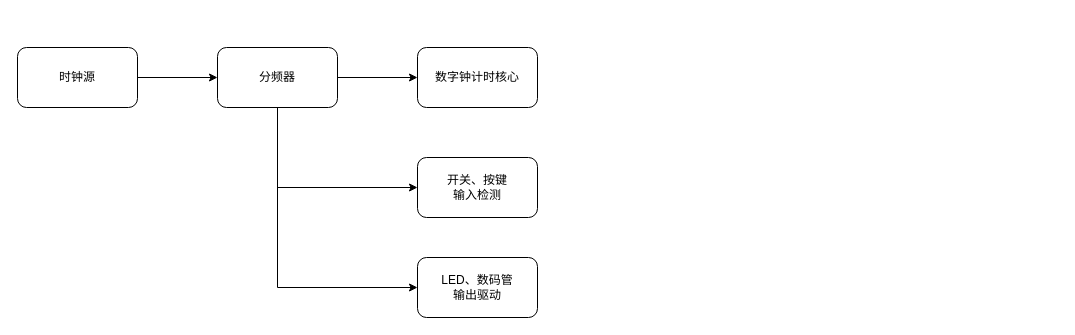
Above: 数字钟整体框图_实验指导书.drawio in zeandon/draw.io (draw.io), before the change. Source tidied: cells renumbered, new cells numbered last; positions are measured from the earlier drawing's top-left corner, leaving out a move shared by most shapes. Both pictures are drawn from the tidied source at 100%, with x=0, y=0 at pixel (17, 47).
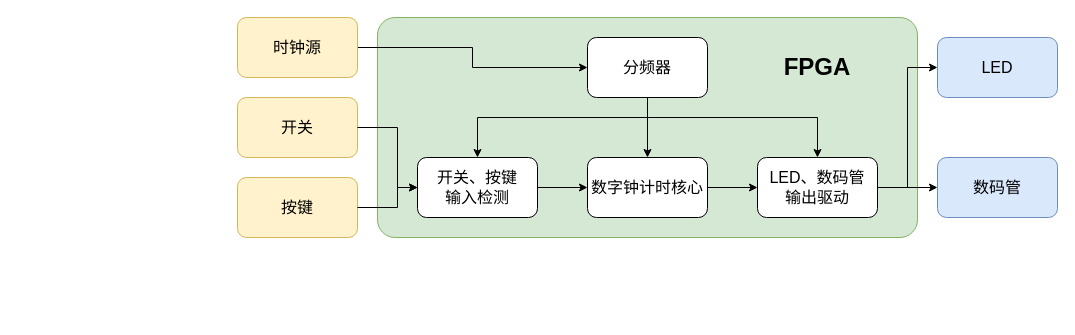
The same diagram, later.

Commit message (it also covers changes not shown here):
更新数字钟整体框图_实验指导书.drawio

Diff of the diagram source:
```diff
@@
+    <mxCell id="11" style="whiteSpace=wrap;html=1;rounded=1;arcSize=8;fillColor=#d5e8d4;strokeColor=#82b366;" parent="1" vertex="1">
+      <mxGeometry x="360" y="-30" width="540" height="220" as="geometry" />
+    </mxCell>
@@
-    <mxCell id="3" value="时钟源" style="rounded=1;whiteSpace=wrap;html=1;" parent="1" vertex="1">
-      <mxGeometry width="120" height="60" as="geometry" />
+    <mxCell id="3" value="时钟源" style="rounded=1;whiteSpace=wrap;html=1;fillColor=#fff2cc;strokeColor=#d6b656;fontSize=16;" parent="1" vertex="1">
+      <mxGeometry x="220" y="-30" width="120" height="60" as="geometry" />
     </mxCell>
@@
-    <mxCell id="5" style="edgeStyle=orthogonalEdgeStyle;rounded=0;jettySize=auto;html=1;entryX=0;entryY=0.5;entryDx=0;entryDy=0;" parent="1" edge="1" source="6" target="8">
+    <mxCell id="5" style="edgeStyle=orthogonalEdgeStyle;rounded=0;jettySize=auto;html=1;entryX=0.5;entryY=0;entryDx=0;entryDy=0;exitX=0.5;exitY=1;exitDx=0;exitDy=0;" parent="1" edge="1" source="6" target="8">
       <mxGeometry relative="1" as="geometry">
         <Array as="points">
-          <mxPoint x="260" y="140" />
+          <mxPoint x="630" y="70" />
+          <mxPoint x="460" y="70" />
         </Array>
       </mxGeometry>
     </mxCell>
-    <mxCell id="6" value="分频器" style="whiteSpace=wrap;html=1;rounded=1;" parent="1" vertex="1">
-      <mxGeometry x="200" width="120" height="60" as="geometry" />
+    <mxCell id="6" value="分频器" style="whiteSpace=wrap;html=1;rounded=1;fontSize=16;" parent="1" vertex="1">
+      <mxGeometry x="570" y="-10" width="120" height="60" as="geometry" />
     </mxCell>
+    <mxCell id="12" style="edgeStyle=orthogonalEdgeStyle;rounded=0;jettySize=auto;html=1;" parent="1" edge="1" source="7" target="9">
+      <mxGeometry relative="1" as="geometry" />
+    </mxCell>
-    <mxCell id="7" value="数字钟计时核心" style="whiteSpace=wrap;html=1;rounded=1;" parent="1" vertex="1">
-      <mxGeometry x="400" width="120" height="60" as="geometry" />
+    <mxCell id="7" value="数字钟计时核心" style="whiteSpace=wrap;html=1;rounded=1;fontSize=16;" parent="1" vertex="1">
+      <mxGeometry x="570" y="110" width="120" height="60" as="geometry" />
     </mxCell>
+    <mxCell id="13" style="edgeStyle=orthogonalEdgeStyle;rounded=0;jettySize=auto;html=1;" parent="1" edge="1" source="8" target="7">
+      <mxGeometry relative="1" as="geometry" />
+    </mxCell>
-    <mxCell id="8" value="开关、按键&lt;div&gt;输入检测&lt;/div&gt;" style="whiteSpace=wrap;html=1;rounded=1;" parent="1" vertex="1">
+    <mxCell id="8" value="开关、按键&lt;div&gt;输入检测&lt;/div&gt;" style="whiteSpace=wrap;html=1;rounded=1;fontSize=16;" parent="1" vertex="1">
       <mxGeometry x="400" y="110" width="120" height="60" as="geometry" />
     </mxCell>
-    <mxCell id="9" value="LED、数码管&lt;div&gt;输出驱动&lt;/div&gt;" style="whiteSpace=wrap;html=1;rounded=1;" parent="1" vertex="1">
-      <mxGeometry x="400" y="210" width="120" height="60" as="geometry" />
+    <mxCell id="9" value="LED、数码管&lt;div&gt;输出驱动&lt;/div&gt;" style="whiteSpace=wrap;html=1;rounded=1;fontSize=16;" parent="1" vertex="1">
+      <mxGeometry x="740" y="110" width="120" height="60" as="geometry" />
     </mxCell>
-    <mxCell id="10" style="edgeStyle=orthogonalEdgeStyle;rounded=0;jettySize=auto;html=1;entryX=0;entryY=0.5;entryDx=0;entryDy=0;exitX=0.5;exitY=1;exitDx=0;exitDy=0;" parent="1" edge="1" source="6" target="9">
+    <mxCell id="10" style="edgeStyle=orthogonalEdgeStyle;rounded=0;jettySize=auto;html=1;entryX=0.5;entryY=0;entryDx=0;entryDy=0;exitX=0.5;exitY=1;exitDx=0;exitDy=0;" parent="1" edge="1" source="6" target="9">
       <mxGeometry relative="1" as="geometry">
         <Array as="points">
-          <mxPoint x="260" y="240" />
+          <mxPoint x="630" y="70" />
+          <mxPoint x="800" y="70" />
         </Array>
       </mxGeometry>
     </mxCell>
+    <mxCell id="14" value="开关" style="rounded=1;whiteSpace=wrap;html=1;fillColor=#fff2cc;strokeColor=#d6b656;fontSize=16;" parent="1" vertex="1">
+      <mxGeometry x="220" y="50" width="120" height="60" as="geometry" />
+    </mxCell>
+    <mxCell id="15" value="按键" style="rounded=1;whiteSpace=wrap;html=1;fillColor=#fff2cc;strokeColor=#d6b656;fontSize=16;" parent="1" vertex="1">
+      <mxGeometry x="220" y="130" width="120" height="60" as="geometry" />
+    </mxCell>
+    <mxCell id="16" value="LED" style="rounded=1;whiteSpace=wrap;html=1;fillColor=#dae8fc;strokeColor=#6c8ebf;fontSize=16;" parent="1" vertex="1">
+      <mxGeometry x="920" y="-10" width="120" height="60" as="geometry" />
+    </mxCell>
+    <mxCell id="17" value="数码管" style="rounded=1;whiteSpace=wrap;html=1;fillColor=#dae8fc;strokeColor=#6c8ebf;fontSize=16;" parent="1" vertex="1">
+      <mxGeometry x="920" y="110" width="120" height="60" as="geometry" />
+    </mxCell>
+    <mxCell id="18" style="edgeStyle=orthogonalEdgeStyle;rounded=0;jettySize=auto;html=1;exitX=1;exitY=0.5;exitDx=0;exitDy=0;entryX=0;entryY=0.5;entryDx=0;entryDy=0;" parent="1" edge="1" source="14" target="8">
+      <mxGeometry relative="1" as="geometry">
+        <Array as="points">
+          <mxPoint x="380" y="80" />
+          <mxPoint x="380" y="140" />
+        </Array>
+      </mxGeometry>
+    </mxCell>
+    <mxCell id="19" style="edgeStyle=orthogonalEdgeStyle;rounded=0;jettySize=auto;html=1;exitX=1;exitY=0.5;exitDx=0;exitDy=0;entryX=0;entryY=0.5;entryDx=0;entryDy=0;" parent="1" edge="1" source="15" target="8">
+      <mxGeometry relative="1" as="geometry">
+        <Array as="points">
+          <mxPoint x="380" y="160" />
+          <mxPoint x="380" y="140" />
+        </Array>
+      </mxGeometry>
+    </mxCell>
+    <mxCell id="20" style="edgeStyle=orthogonalEdgeStyle;rounded=0;jettySize=auto;html=1;exitX=1;exitY=0.5;exitDx=0;exitDy=0;entryX=0;entryY=0.5;entryDx=0;entryDy=0;" parent="1" edge="1" source="9" target="16">
+      <mxGeometry relative="1" as="geometry" />
+    </mxCell>
+    <mxCell id="21" style="edgeStyle=orthogonalEdgeStyle;rounded=0;jettySize=auto;html=1;exitX=1;exitY=0.5;exitDx=0;exitDy=0;" parent="1" edge="1" source="9" target="17">
+      <mxGeometry relative="1" as="geometry" />
+    </mxCell>
+    <mxCell id="22" value="&lt;b&gt;FPGA&lt;/b&gt;" style="text;html=1;whiteSpace=wrap;strokeColor=none;fillColor=none;align=center;verticalAlign=middle;rounded=0;fontSize=24;" parent="1" vertex="1">
+      <mxGeometry x="755" y="5" width="90" height="30" as="geometry" />
+    </mxCell>
```
